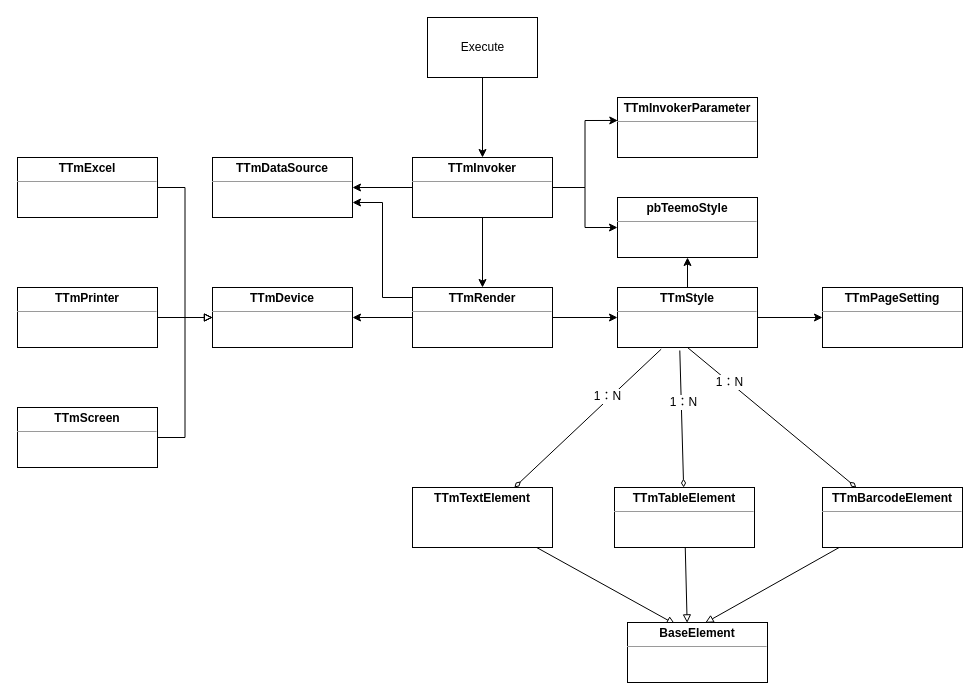
This is page "类图" (5 of 5) of teemoactivex.drawio from mashifei/uml, a draw.io file, before an edit. Source tidied: cells renumbered, new cells numbered last; positions are measured from the earlier drawing's top-left corner, leaving out a move shared by most shapes. Both pictures are drawn from the tidied source at 100%, with x=0, y=0 at pixel (17, 17).
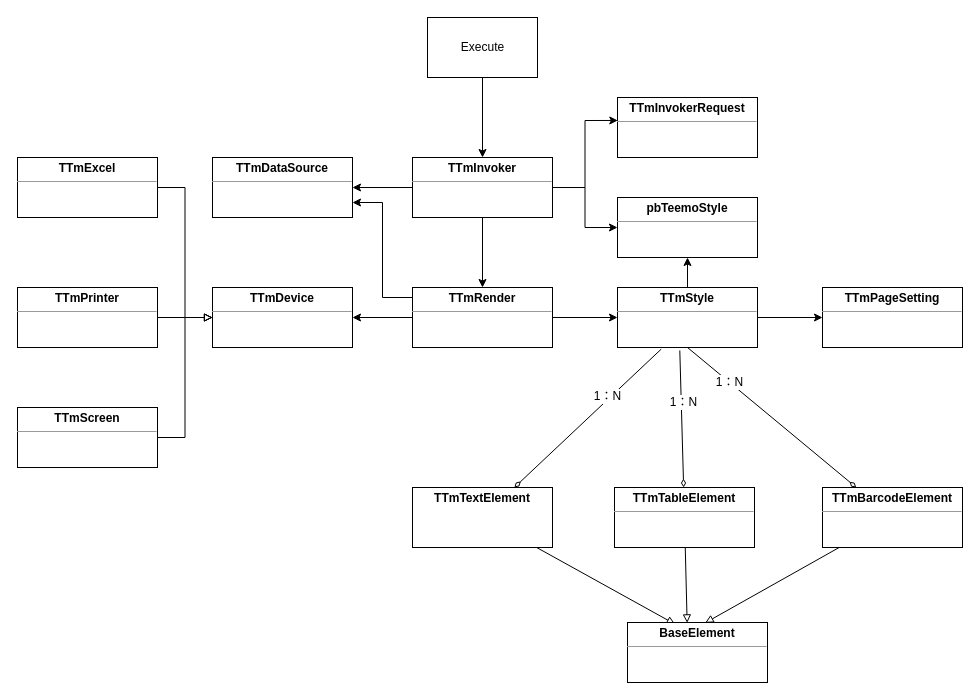
The same diagram, later.

Diff of the diagram source:
```diff
@@
-    <mxCell id="14" value="&lt;p style=&quot;margin: 0px ; margin-top: 4px ; text-align: center&quot;&gt;&lt;b&gt;TTmInvokerParameter&lt;/b&gt;&lt;/p&gt;&lt;hr size=&quot;1&quot;&gt;&lt;div style=&quot;height: 2px&quot;&gt;&lt;br&gt;&lt;/div&gt;" style="verticalAlign=top;align=left;overflow=fill;fontSize=12;fontFamily=Helvetica;html=1;" parent="1" vertex="1">
+    <mxCell id="14" value="&lt;p style=&quot;margin: 0px ; margin-top: 4px ; text-align: center&quot;&gt;&lt;b&gt;TTmInvokerRequest&lt;/b&gt;&lt;/p&gt;&lt;hr size=&quot;1&quot;&gt;&lt;div style=&quot;height: 2px&quot;&gt;&lt;br&gt;&lt;/div&gt;" style="verticalAlign=top;align=left;overflow=fill;fontSize=12;fontFamily=Helvetica;html=1;" parent="1" vertex="1">
       <mxGeometry x="600" y="80" width="140" height="60" as="geometry" />
     </mxCell>
```
